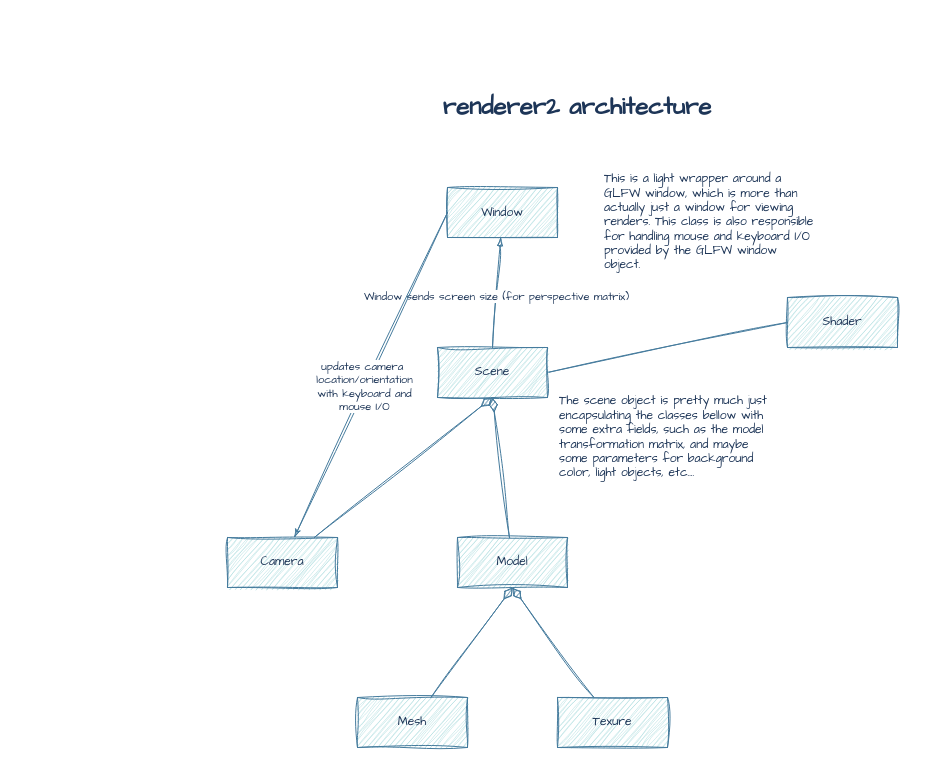
This is docs/diagrams/architecture.drawio from EricHayter/renderer2, a draw.io file, before an edit. Source tidied: cells renumbered, new cells numbered last; positions are measured from the earlier drawing's top-left corner, leaving out a move shared by most shapes. Both pictures are drawn from the tidied source at 100%, with x=0, y=0 at pixel (227, 77).
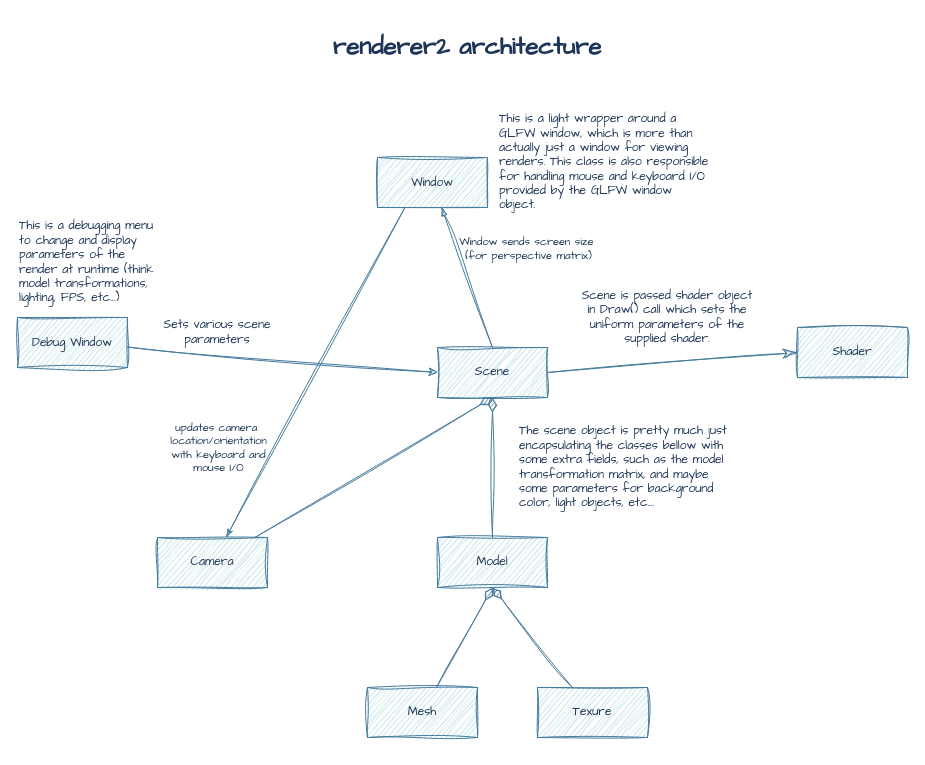
The same page after the edit.

Commit message:
Update architecture diagram

The change refers to these unchanged cells:
```xml
<mxCell id="6" value="Scene" style="html=1;whiteSpace=wrap;sketch=1;hachureGap=4;jiggle=2;curveFitting=1;fontFamily=Architects Daughter;labelBackgroundColor=none;fillColor=#A8DADC;strokeColor=#457B9D;fontColor=#1D3557;" parent="1" vertex="1">
  <mxGeometry x="210" y="270" width="110" height="50" as="geometry" />
</mxCell>
```

The edit, as a diff of the source:
```diff
@@
-    <mxCell id="2" style="rounded=0;sketch=1;hachureGap=4;jiggle=2;curveFitting=1;jettySize=auto;html=1;entryX=0.5;entryY=0;entryDx=0;entryDy=0;strokeColor=#457B9D;fontFamily=Architects Daughter;fontColor=#1D3557;fillColor=#A8DADC;endArrow=none;endFill=0;startArrow=blockThin;startFill=1;" parent="1" edge="1" source="4" target="6">
+    <mxCell id="2" style="rounded=0;sketch=1;hachureGap=4;jiggle=2;curveFitting=1;jettySize=auto;html=1;entryX=0.5;entryY=0;entryDx=0;entryDy=0;strokeColor=#457B9D;fontFamily=Architects Daughter;fontColor=default;fillColor=#A8DADC;endArrow=none;endFill=0;startArrow=blockThin;startFill=1;labelBackgroundColor=none;" parent="1" edge="1" source="4" target="6">
       <mxGeometry relative="1" as="geometry" />
     </mxCell>
-    <mxCell id="3" value="Window sends screen size (for perspective matrix)" style="edgeLabel;html=1;align=center;verticalAlign=middle;sketch=1;hachureGap=4;jiggle=2;curveFitting=1;strokeColor=#457B9D;fontFamily=Architects Daughter;fontColor=#1D3557;fillColor=#A8DADC;" parent="2" vertex="1">
-      <mxGeometry x="0.07" relative="1" as="geometry" />
+    <mxCell id="3" value="Window sends screen size&amp;nbsp;&lt;div&gt;(for perspective matrix)&lt;/div&gt;" style="edgeLabel;html=1;align=center;verticalAlign=middle;sketch=1;hachureGap=4;jiggle=2;curveFitting=1;strokeColor=#457B9D;fontFamily=Architects Daughter;fontColor=#1D3557;fillColor=#A8DADC;labelBackgroundColor=none;" parent="2" vertex="1">
+      <mxGeometry x="0.07" relative="1" as="geometry">
+        <mxPoint x="59" y="-35" as="offset" />
+      </mxGeometry>
     </mxCell>
     <mxCell id="4" value="&lt;font face=&quot;Architects Daughter&quot;&gt;Window&lt;/font&gt;" style="html=1;whiteSpace=wrap;sketch=1;curveFitting=1;jiggle=2;labelBackgroundColor=none;fillColor=#A8DADC;strokeColor=#457B9D;fontColor=#1D3557;" parent="1" vertex="1">
-      <mxGeometry x="220" y="110" width="110" height="50" as="geometry" />
+      <mxGeometry x="150" y="80" width="110" height="50" as="geometry" />
     </mxCell>
-    <mxCell id="5" style="rounded=0;sketch=1;hachureGap=4;jiggle=2;curveFitting=1;jettySize=auto;html=1;strokeColor=#457B9D;fontFamily=Architects Daughter;fontColor=#1D3557;fillColor=#A8DADC;endArrow=none;endFill=0;exitX=0;exitY=0.5;exitDx=0;exitDy=0;entryX=1;entryY=0.5;entryDx=0;entryDy=0;startSize=12;endSize=12;" parent="1" edge="1" source="7" target="6">
+    <mxCell id="5" style="rounded=0;sketch=1;hachureGap=4;jiggle=2;curveFitting=1;jettySize=auto;html=1;strokeColor=#457B9D;fontFamily=Architects Daughter;fontColor=default;fillColor=#A8DADC;endArrow=none;endFill=0;exitX=0;exitY=0.5;exitDx=0;exitDy=0;entryX=1;entryY=0.5;entryDx=0;entryDy=0;startSize=12;endSize=12;labelBackgroundColor=none;startArrow=classicThin;startFill=1;" parent="1" edge="1" source="7" target="6">
       <mxGeometry relative="1" as="geometry" />
     </mxCell>
@@
-    <mxCell id="7" value="Shader" style="html=1;whiteSpace=wrap;sketch=1;hachureGap=4;jiggle=2;curveFitting=1;strokeColor=#457B9D;fontFamily=Architects Daughter;fontColor=#1D3557;fillColor=#A8DADC;" parent="1" vertex="1">
-      <mxGeometry x="560" y="220" width="110" height="50" as="geometry" />
+    <mxCell id="7" value="Shader" style="html=1;whiteSpace=wrap;sketch=1;hachureGap=4;jiggle=2;curveFitting=1;strokeColor=#457B9D;fontFamily=Architects Daughter;fontColor=#1D3557;fillColor=#A8DADC;labelBackgroundColor=none;" parent="1" vertex="1">
+      <mxGeometry x="570" y="250" width="110" height="50" as="geometry" />
     </mxCell>
-    <mxCell id="8" style="rounded=0;sketch=1;hachureGap=4;jiggle=2;curveFitting=1;jettySize=auto;html=1;entryX=0.5;entryY=1;entryDx=0;entryDy=0;strokeColor=#457B9D;fontFamily=Architects Daughter;fontColor=#1D3557;fillColor=#A8DADC;endArrow=diamondThin;endFill=1;startSize=12;endSize=12;" parent="1" edge="1" source="11" target="6">
+    <mxCell id="8" style="rounded=0;sketch=1;hachureGap=4;jiggle=2;curveFitting=1;jettySize=auto;html=1;entryX=0.5;entryY=1;entryDx=0;entryDy=0;strokeColor=#457B9D;fontFamily=Architects Daughter;fontColor=default;fillColor=#A8DADC;endArrow=diamondThin;endFill=1;startSize=12;endSize=12;labelBackgroundColor=none;" parent="1" edge="1" source="11" target="6">
       <mxGeometry relative="1" as="geometry" />
     </mxCell>
-    <mxCell id="9" style="rounded=0;sketch=1;hachureGap=4;jiggle=2;curveFitting=1;jettySize=auto;html=1;entryX=0;entryY=0.5;entryDx=0;entryDy=0;strokeColor=#457B9D;fontFamily=Architects Daughter;fontColor=#1D3557;fillColor=#A8DADC;endArrow=none;endFill=0;startArrow=classicThin;startFill=1;" parent="1" edge="1" source="11" target="4">
+    <mxCell id="9" style="rounded=0;sketch=1;hachureGap=4;jiggle=2;curveFitting=1;jettySize=auto;html=1;entryX=0.25;entryY=1;entryDx=0;entryDy=0;strokeColor=#457B9D;fontFamily=Architects Daughter;fontColor=default;fillColor=#A8DADC;endArrow=none;endFill=0;startArrow=classicThin;startFill=1;labelBackgroundColor=none;" parent="1" edge="1" source="11" target="4">
       <mxGeometry relative="1" as="geometry" />
     </mxCell>
-    <mxCell id="10" value="updates camera&amp;nbsp;&lt;div&gt;&lt;span style=&quot;color: light-dark(rgb(29, 53, 87), rgb(176, 196, 226));&quot;&gt;location/orientation&lt;/span&gt;&lt;div&gt;&lt;span style=&quot;color: light-dark(rgb(29, 53, 87), rgb(176, 196, 226));&quot;&gt;with keyboard and&lt;/span&gt;&lt;/div&gt;&lt;div&gt;&lt;span style=&quot;color: light-dark(rgb(29, 53, 87), rgb(176, 196, 226));&quot;&gt;mouse I/O&lt;/span&gt;&lt;/div&gt;&lt;/div&gt;" style="edgeLabel;html=1;align=center;verticalAlign=middle;sketch=1;hachureGap=4;jiggle=2;curveFitting=1;strokeColor=#457B9D;fontFamily=Architects Daughter;fontColor=#1D3557;fillColor=#A8DADC;" parent="9" vertex="1">
-      <mxGeometry x="-0.07" y="2" relative="1" as="geometry" />
+    <mxCell id="10" value="updates camera&amp;nbsp;&lt;div&gt;&lt;span style=&quot;color: light-dark(rgb(29, 53, 87), rgb(176, 196, 226));&quot;&gt;location/orientation&lt;/span&gt;&lt;div&gt;&lt;span style=&quot;color: light-dark(rgb(29, 53, 87), rgb(176, 196, 226));&quot;&gt;with keyboard and&lt;/span&gt;&lt;/div&gt;&lt;div&gt;&lt;span style=&quot;color: light-dark(rgb(29, 53, 87), rgb(176, 196, 226));&quot;&gt;mouse I/O&lt;/span&gt;&lt;/div&gt;&lt;/div&gt;" style="edgeLabel;html=1;align=center;verticalAlign=middle;sketch=1;hachureGap=4;jiggle=2;curveFitting=1;strokeColor=#457B9D;fontFamily=Architects Daughter;fontColor=#1D3557;fillColor=#A8DADC;labelBackgroundColor=none;" parent="9" vertex="1">
+      <mxGeometry x="-0.07" y="2" relative="1" as="geometry">
+        <mxPoint x="-90" y="64" as="offset" />
+      </mxGeometry>
     </mxCell>
-    <mxCell id="11" value="Camera" style="html=1;whiteSpace=wrap;sketch=1;hachureGap=4;jiggle=2;curveFitting=1;strokeColor=#457B9D;fontFamily=Architects Daughter;fontColor=#1D3557;fillColor=#A8DADC;" parent="1" vertex="1">
-      <mxGeometry y="460" width="110" height="50" as="geometry" />
+    <mxCell id="11" value="Camera" style="html=1;whiteSpace=wrap;sketch=1;hachureGap=4;jiggle=2;curveFitting=1;strokeColor=#457B9D;fontFamily=Architects Daughter;fontColor=#1D3557;fillColor=#A8DADC;labelBackgroundColor=none;" parent="1" vertex="1">
+      <mxGeometry x="-70" y="460" width="110" height="50" as="geometry" />
     </mxCell>
-    <mxCell id="12" style="rounded=0;sketch=1;hachureGap=4;jiggle=2;curveFitting=1;jettySize=auto;html=1;entryX=0.5;entryY=1;entryDx=0;entryDy=0;strokeColor=#457B9D;fontFamily=Architects Daughter;fontColor=#1D3557;fillColor=#A8DADC;endArrow=diamondThin;endFill=1;startSize=12;endSize=12;" parent="1" edge="1" source="13" target="6">
+    <mxCell id="12" style="rounded=0;sketch=1;hachureGap=4;jiggle=2;curveFitting=1;jettySize=auto;html=1;entryX=0.5;entryY=1;entryDx=0;entryDy=0;strokeColor=#457B9D;fontFamily=Architects Daughter;fontColor=default;fillColor=#A8DADC;endArrow=diamondThin;endFill=1;startSize=12;endSize=12;labelBackgroundColor=none;" parent="1" edge="1" source="13" target="6">
       <mxGeometry relative="1" as="geometry" />
     </mxCell>
-    <mxCell id="13" value="Model" style="html=1;whiteSpace=wrap;sketch=1;hachureGap=4;jiggle=2;curveFitting=1;strokeColor=#457B9D;fontFamily=Architects Daughter;fontColor=#1D3557;fillColor=#A8DADC;" parent="1" vertex="1">
-      <mxGeometry x="230" y="460" width="110" height="50" as="geometry" />
+    <mxCell id="13" value="Model" style="html=1;whiteSpace=wrap;sketch=1;hachureGap=4;jiggle=2;curveFitting=1;strokeColor=#457B9D;fontFamily=Architects Daughter;fontColor=#1D3557;fillColor=#A8DADC;labelBackgroundColor=none;" parent="1" vertex="1">
+      <mxGeometry x="210" y="460" width="110" height="50" as="geometry" />
     </mxCell>
-    <mxCell id="14" style="rounded=0;sketch=1;hachureGap=4;jiggle=2;curveFitting=1;jettySize=auto;html=1;entryX=0.5;entryY=1;entryDx=0;entryDy=0;strokeColor=#457B9D;fontFamily=Architects Daughter;fontColor=#1D3557;fillColor=#A8DADC;endArrow=diamondThin;endFill=1;startSize=12;endSize=12;" parent="1" edge="1" source="15" target="13">
+    <mxCell id="14" style="rounded=0;sketch=1;hachureGap=4;jiggle=2;curveFitting=1;jettySize=auto;html=1;entryX=0.5;entryY=1;entryDx=0;entryDy=0;strokeColor=#457B9D;fontFamily=Architects Daughter;fontColor=default;fillColor=#A8DADC;endArrow=diamondThin;endFill=1;startSize=12;endSize=12;labelBackgroundColor=none;" parent="1" edge="1" source="15" target="13">
       <mxGeometry relative="1" as="geometry" />
     </mxCell>
-    <mxCell id="15" value="Mesh" style="html=1;whiteSpace=wrap;sketch=1;hachureGap=4;jiggle=2;curveFitting=1;strokeColor=#457B9D;fontFamily=Architects Daughter;fontColor=#1D3557;fillColor=#A8DADC;" parent="1" vertex="1">
-      <mxGeometry x="130" y="620" width="110" height="50" as="geometry" />
+    <mxCell id="15" value="Mesh" style="html=1;whiteSpace=wrap;sketch=1;hachureGap=4;jiggle=2;curveFitting=1;strokeColor=#457B9D;fontFamily=Architects Daughter;fontColor=#1D3557;fillColor=#A8DADC;labelBackgroundColor=none;" parent="1" vertex="1">
+      <mxGeometry x="140" y="610" width="110" height="50" as="geometry" />
     </mxCell>
-    <mxCell id="16" style="rounded=0;sketch=1;hachureGap=4;jiggle=2;curveFitting=1;jettySize=auto;html=1;entryX=0.5;entryY=1;entryDx=0;entryDy=0;strokeColor=#457B9D;fontFamily=Architects Daughter;fontColor=#1D3557;fillColor=#A8DADC;endArrow=diamondThin;endFill=1;startSize=12;endSize=12;" parent="1" edge="1" source="17" target="13">
+    <mxCell id="16" style="rounded=0;sketch=1;hachureGap=4;jiggle=2;curveFitting=1;jettySize=auto;html=1;entryX=0.5;entryY=1;entryDx=0;entryDy=0;strokeColor=#457B9D;fontFamily=Architects Daughter;fontColor=default;fillColor=#A8DADC;endArrow=diamondThin;endFill=1;startSize=12;endSize=12;labelBackgroundColor=none;" parent="1" edge="1" source="17" target="13">
       <mxGeometry relative="1" as="geometry" />
     </mxCell>
-    <mxCell id="17" value="Texure" style="html=1;whiteSpace=wrap;sketch=1;hachureGap=4;jiggle=2;curveFitting=1;strokeColor=#457B9D;fontFamily=Architects Daughter;fontColor=#1D3557;fillColor=#A8DADC;" parent="1" vertex="1">
-      <mxGeometry x="330" y="620" width="110" height="50" as="geometry" />
+    <mxCell id="17" value="Texure" style="html=1;whiteSpace=wrap;sketch=1;hachureGap=4;jiggle=2;curveFitting=1;strokeColor=#457B9D;fontFamily=Architects Daughter;fontColor=#1D3557;fillColor=#A8DADC;labelBackgroundColor=none;" parent="1" vertex="1">
+      <mxGeometry x="310" y="610" width="110" height="50" as="geometry" />
     </mxCell>
-    <mxCell id="18" value="This is a light wrapper around a GLFW window, which is more than actually just a window for viewing renders. This class is also responsible for handling mouse and keyboard I/O provided by the GLFW window object.&amp;nbsp;" style="text;html=1;whiteSpace=wrap;strokeColor=none;fillColor=none;align=left;verticalAlign=middle;rounded=0;fontFamily=Architects Daughter;fontColor=#1D3557;" parent="1" vertex="1">
-      <mxGeometry x="375" y="100" width="220" height="90" as="geometry" />
+    <mxCell id="18" value="This is a light wrapper around a GLFW window, which is more than actually just a window for viewing renders. This class is also responsible for handling mouse and keyboard I/O provided by the GLFW window object.&amp;nbsp;" style="text;html=1;whiteSpace=wrap;strokeColor=none;fillColor=none;align=left;verticalAlign=middle;rounded=0;fontFamily=Architects Daughter;fontColor=#1D3557;labelBackgroundColor=none;" parent="1" vertex="1">
+      <mxGeometry x="270" y="40" width="220" height="90" as="geometry" />
     </mxCell>
-    <mxCell id="19" value="The scene object is pretty much just encapsulating the classes bellow with some extra fields, such as the model transformation matrix, and maybe some parameters for background color, light objects, etc...." style="text;html=1;whiteSpace=wrap;strokeColor=none;fillColor=none;align=left;verticalAlign=middle;rounded=0;fontFamily=Architects Daughter;fontColor=#1D3557;" parent="1" vertex="1">
-      <mxGeometry x="330" y="330" width="210" height="60" as="geometry" />
+    <mxCell id="19" value="The scene object is pretty much just encapsulating the classes bellow with some extra fields, such as the model transformation matrix, and maybe some parameters for background color, light objects, etc...." style="text;html=1;whiteSpace=wrap;strokeColor=none;fillColor=none;align=left;verticalAlign=middle;rounded=0;fontFamily=Architects Daughter;fontColor=#1D3557;labelBackgroundColor=none;" parent="1" vertex="1">
+      <mxGeometry x="290" y="360" width="210" height="60" as="geometry" />
     </mxCell>
-    <mxCell id="20" value="&lt;h1&gt;renderer2 architecture&lt;/h1&gt;" style="text;html=1;whiteSpace=wrap;strokeColor=none;fillColor=none;align=center;verticalAlign=middle;rounded=0;fontFamily=Architects Daughter;fontColor=#1D3557;" parent="1" vertex="1">
-      <mxGeometry x="210" width="280" height="60" as="geometry" />
+    <mxCell id="20" value="&lt;h1&gt;renderer2 architecture&lt;/h1&gt;" style="text;html=1;whiteSpace=wrap;strokeColor=none;fillColor=none;align=center;verticalAlign=middle;rounded=0;fontFamily=Architects Daughter;fontColor=#1D3557;labelBackgroundColor=none;" parent="1" vertex="1">
+      <mxGeometry x="100" y="-60" width="280" height="60" as="geometry" />
     </mxCell>
+    <mxCell id="21" style="rounded=0;sketch=1;hachureGap=4;jiggle=2;curveFitting=1;jettySize=auto;html=1;entryX=0;entryY=0.5;entryDx=0;entryDy=0;strokeColor=#457B9D;fontFamily=Architects Daughter;fontColor=#1D3557;fillColor=#A8DADC;" parent="1" edge="1" source="22" target="6">
+      <mxGeometry relative="1" as="geometry" />
+    </mxCell>
+    <mxCell id="22" value="&lt;font face=&quot;Architects Daughter&quot;&gt;Debug Window&lt;/font&gt;" style="html=1;whiteSpace=wrap;sketch=1;curveFitting=1;jiggle=2;labelBackgroundColor=none;fillColor=#A8DADC;strokeColor=#457B9D;fontColor=#1D3557;" parent="1" vertex="1">
+      <mxGeometry x="-210" y="240" width="110" height="50" as="geometry" />
+    </mxCell>
+    <mxCell id="23" value="This is a debugging menu to change and display parameters of the render at runtime (think model transformations, lighting, FPS, etc...)" style="text;html=1;whiteSpace=wrap;strokeColor=none;fillColor=none;align=left;verticalAlign=middle;rounded=0;fontFamily=Architects Daughter;fontColor=#1D3557;" parent="1" vertex="1">
+      <mxGeometry x="-210" y="120" width="150" height="130" as="geometry" />
+    </mxCell>
+    <mxCell id="24" value="Sets various scene parameters" style="text;html=1;whiteSpace=wrap;strokeColor=none;fillColor=none;align=center;verticalAlign=middle;rounded=0;fontFamily=Architects Daughter;fontColor=#1D3557;" parent="1" vertex="1">
+      <mxGeometry x="-70" y="220" width="120" height="70" as="geometry" />
+    </mxCell>
+    <mxCell id="25" value="Scene is passed shader object in Draw() call which sets the uniform parameters of the supplied shader." style="text;html=1;whiteSpace=wrap;strokeColor=none;fillColor=none;align=center;verticalAlign=middle;rounded=0;fontFamily=Architects Daughter;fontColor=#1D3557;" parent="1" vertex="1">
+      <mxGeometry x="350" y="220" width="180" height="40" as="geometry" />
+    </mxCell>
```
